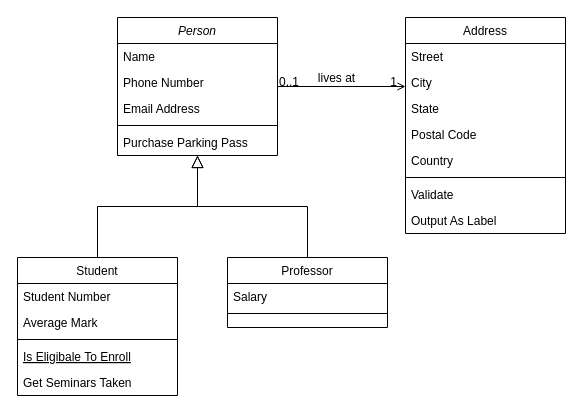
The draw.io diagram Q2.drawio in ainulraheem/Week2ClassDiagram, before the edit. Source tidied: cells renumbered, new cells numbered last; positions are measured from the earlier drawing's top-left corner, leaving out a move shared by most shapes. Both pictures are drawn from the tidied source at 100%, with x=0, y=0 at pixel (17, 17).
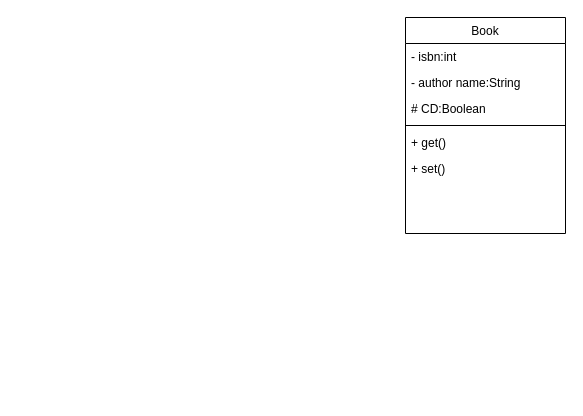
After the change.

What changed in the source:
```diff
@@
-    <mxCell id="2" value="Person" style="swimlane;fontStyle=2;align=center;verticalAlign=top;horizontal=1;startSize=26;rounded=0;shadow=0;strokeWidth=1;" parent="1" vertex="1">
-      <mxGeometry x="100" width="160" height="138" as="geometry" />
-    </mxCell>
-    <mxCell id="3" value="Name" style="text;align=left;verticalAlign=top;spacingLeft=4;spacingRight=4;overflow=hidden;" parent="2" vertex="1">
-      <mxGeometry y="26" width="160" height="26" as="geometry" />
-    </mxCell>
-    <mxCell id="4" value="Phone Number" style="text;align=left;verticalAlign=top;spacingLeft=4;spacingRight=4;overflow=hidden;rounded=0;shadow=0;html=0;" parent="2" vertex="1">
-      <mxGeometry y="52" width="160" height="26" as="geometry" />
-    </mxCell>
-    <mxCell id="5" value="Email Address" style="text;align=left;verticalAlign=top;spacingLeft=4;spacingRight=4;overflow=hidden;rounded=0;shadow=0;html=0;" parent="2" vertex="1">
-      <mxGeometry y="78" width="160" height="26" as="geometry" />
-    </mxCell>
-    <mxCell id="6" style="line;html=1;strokeWidth=1;align=left;verticalAlign=middle;spacingTop=-1;spacingLeft=3;spacingRight=3;labelPosition=right;" parent="2" vertex="1">
-      <mxGeometry y="104" width="160" height="8" as="geometry" />
-    </mxCell>
-    <mxCell id="7" value="Purchase Parking Pass" style="text;align=left;verticalAlign=top;spacingLeft=4;spacingRight=4;overflow=hidden;" parent="2" vertex="1">
-      <mxGeometry y="112" width="160" height="26" as="geometry" />
-    </mxCell>
-    <mxCell id="8" value="Student" style="swimlane;fontStyle=0;align=center;verticalAlign=top;horizontal=1;startSize=26;rounded=0;shadow=0;strokeWidth=1;" parent="1" vertex="1">
-      <mxGeometry y="240" width="160" height="138" as="geometry" />
-    </mxCell>
-    <mxCell id="9" value="Student Number" style="text;align=left;verticalAlign=top;spacingLeft=4;spacingRight=4;overflow=hidden;" parent="8" vertex="1">
-      <mxGeometry y="26" width="160" height="26" as="geometry" />
-    </mxCell>
-    <mxCell id="10" value="Average Mark" style="text;align=left;verticalAlign=top;spacingLeft=4;spacingRight=4;overflow=hidden;rounded=0;shadow=0;html=0;" parent="8" vertex="1">
-      <mxGeometry y="52" width="160" height="26" as="geometry" />
-    </mxCell>
-    <mxCell id="11" style="line;html=1;strokeWidth=1;align=left;verticalAlign=middle;spacingTop=-1;spacingLeft=3;spacingRight=3;labelPosition=right;" parent="8" vertex="1">
-      <mxGeometry y="78" width="160" height="8" as="geometry" />
-    </mxCell>
-    <mxCell id="12" value="Is Eligibale To Enroll" style="text;align=left;verticalAlign=top;spacingLeft=4;spacingRight=4;overflow=hidden;fontStyle=4;" parent="8" vertex="1">
-      <mxGeometry y="86" width="160" height="26" as="geometry" />
-    </mxCell>
-    <mxCell id="13" value="Get Seminars Taken" style="text;align=left;verticalAlign=top;spacingLeft=4;spacingRight=4;overflow=hidden;" parent="8" vertex="1">
-      <mxGeometry y="112" width="160" height="26" as="geometry" />
-    </mxCell>
-    <mxCell id="14" style="endArrow=block;endSize=10;endFill=0;shadow=0;strokeWidth=1;rounded=0;edgeStyle=elbowEdgeStyle;elbow=vertical;" parent="1" edge="1" source="8" target="2">
-      <mxGeometry relative="1" as="geometry" />
-    </mxCell>
-    <mxCell id="15" value="Professor" style="swimlane;fontStyle=0;align=center;verticalAlign=top;horizontal=1;startSize=26;rounded=0;shadow=0;strokeWidth=1;" parent="1" vertex="1">
-      <mxGeometry x="210" y="240" width="160" height="70" as="geometry" />
-    </mxCell>
-    <mxCell id="16" value="Salary" style="text;align=left;verticalAlign=top;spacingLeft=4;spacingRight=4;overflow=hidden;" parent="15" vertex="1">
-      <mxGeometry y="26" width="160" height="26" as="geometry" />
-    </mxCell>
-    <mxCell id="17" style="line;html=1;strokeWidth=1;align=left;verticalAlign=middle;spacingTop=-1;spacingLeft=3;spacingRight=3;labelPosition=right;" parent="15" vertex="1">
-      <mxGeometry y="52" width="160" height="8" as="geometry" />
-    </mxCell>
-    <mxCell id="18" style="endArrow=block;endSize=10;endFill=0;shadow=0;strokeWidth=1;rounded=0;edgeStyle=elbowEdgeStyle;elbow=vertical;" parent="1" edge="1" source="15" target="2">
-      <mxGeometry relative="1" as="geometry" />
-    </mxCell>
-    <mxCell id="19" value="Address" style="swimlane;fontStyle=0;align=center;verticalAlign=top;horizontal=1;startSize=26;rounded=0;shadow=0;strokeWidth=1;" parent="1" vertex="1">
+    <mxCell id="19" value="Book" style="swimlane;fontStyle=0;align=center;verticalAlign=top;horizontal=1;startSize=26;rounded=0;shadow=0;strokeWidth=1;" parent="1" vertex="1">
       <mxGeometry x="388" width="160" height="216" as="geometry" />
     </mxCell>
-    <mxCell id="20" value="Street" style="text;align=left;verticalAlign=top;spacingLeft=4;spacingRight=4;overflow=hidden;" parent="19" vertex="1">
+    <mxCell id="20" value="- isbn:int" style="text;align=left;verticalAlign=top;spacingLeft=4;spacingRight=4;overflow=hidden;" parent="19" vertex="1">
       <mxGeometry y="26" width="160" height="26" as="geometry" />
     </mxCell>
-    <mxCell id="21" value="City" style="text;align=left;verticalAlign=top;spacingLeft=4;spacingRight=4;overflow=hidden;rounded=0;shadow=0;html=0;" parent="19" vertex="1">
+    <mxCell id="21" value="- author name:String" style="text;align=left;verticalAlign=top;spacingLeft=4;spacingRight=4;overflow=hidden;rounded=0;shadow=0;html=0;" parent="19" vertex="1">
       <mxGeometry y="52" width="160" height="26" as="geometry" />
     </mxCell>
-    <mxCell id="22" value="State" style="text;align=left;verticalAlign=top;spacingLeft=4;spacingRight=4;overflow=hidden;rounded=0;shadow=0;html=0;" parent="19" vertex="1">
+    <mxCell id="22" value="# CD:Boolean" style="text;align=left;verticalAlign=top;spacingLeft=4;spacingRight=4;overflow=hidden;rounded=0;shadow=0;html=0;" parent="19" vertex="1">
       <mxGeometry y="78" width="160" height="26" as="geometry" />
     </mxCell>
-    <mxCell id="23" value="Postal Code" style="text;align=left;verticalAlign=top;spacingLeft=4;spacingRight=4;overflow=hidden;rounded=0;shadow=0;html=0;" parent="19" vertex="1">
-      <mxGeometry y="104" width="160" height="26" as="geometry" />
-    </mxCell>
-    <mxCell id="24" value="Country" style="text;align=left;verticalAlign=top;spacingLeft=4;spacingRight=4;overflow=hidden;rounded=0;shadow=0;html=0;" parent="19" vertex="1">
-      <mxGeometry y="130" width="160" height="26" as="geometry" />
-    </mxCell>
     <mxCell id="25" style="line;html=1;strokeWidth=1;align=left;verticalAlign=middle;spacingTop=-1;spacingLeft=3;spacingRight=3;labelPosition=right;" parent="19" vertex="1">
-      <mxGeometry y="156" width="160" height="8" as="geometry" />
+      <mxGeometry y="104" width="160" height="8" as="geometry" />
     </mxCell>
-    <mxCell id="26" value="Validate" style="text;align=left;verticalAlign=top;spacingLeft=4;spacingRight=4;overflow=hidden;" parent="19" vertex="1">
-      <mxGeometry y="164" width="160" height="26" as="geometry" />
+    <mxCell id="26" value="+ get()" style="text;align=left;verticalAlign=top;spacingLeft=4;spacingRight=4;overflow=hidden;" parent="19" vertex="1">
+      <mxGeometry y="112" width="160" height="26" as="geometry" />
     </mxCell>
-    <mxCell id="27" value="Output As Label" style="text;align=left;verticalAlign=top;spacingLeft=4;spacingRight=4;overflow=hidden;" parent="19" vertex="1">
-      <mxGeometry y="190" width="160" height="26" as="geometry" />
+    <mxCell id="27" value="+ set()" style="text;align=left;verticalAlign=top;spacingLeft=4;spacingRight=4;overflow=hidden;" parent="19" vertex="1">
+      <mxGeometry y="138" width="160" height="26" as="geometry" />
     </mxCell>
-    <mxCell id="28" style="endArrow=open;shadow=0;strokeWidth=1;rounded=0;endFill=1;edgeStyle=elbowEdgeStyle;elbow=vertical;" parent="1" edge="1" source="2" target="19">
-      <mxGeometry x="0.5" y="41" relative="1" as="geometry">
-        <mxPoint x="-40" y="32" as="offset" />
-      </mxGeometry>
-    </mxCell>
-    <mxCell id="29" value="0..1" style="align=left;verticalAlign=bottom;labelBackgroundColor=none;fontSize=12;" parent="28" vertex="1">
-      <mxGeometry x="-1" relative="1" as="geometry">
-        <mxPoint y="4" as="offset" />
-      </mxGeometry>
-    </mxCell>
-    <mxCell id="30" value="1" style="align=right;verticalAlign=bottom;labelBackgroundColor=none;fontSize=12;" parent="28" vertex="1">
-      <mxGeometry x="1" relative="1" as="geometry">
-        <mxPoint x="-7" y="4" as="offset" />
-      </mxGeometry>
-    </mxCell>
-    <mxCell id="31" value="lives at" style="text;html=1;align=center;verticalAlign=middle;labelBackgroundColor=none;rounded=0;shadow=0;strokeWidth=1;fontSize=12;" parent="28" vertex="1">
-      <mxGeometry x="0.5" y="49" relative="1" as="geometry">
-        <mxPoint x="-38" y="40" as="offset" />
-      </mxGeometry>
-    </mxCell>
```
